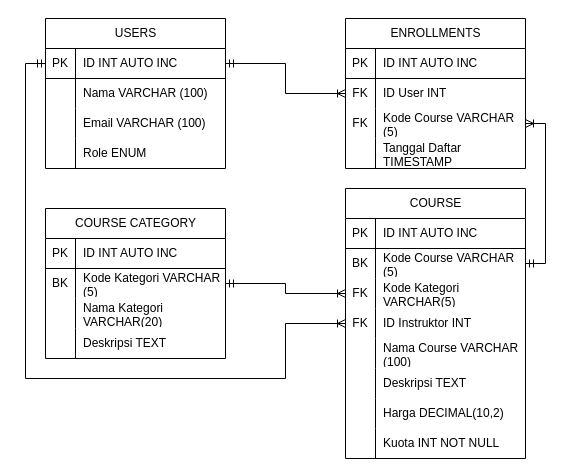
AzerothGT/Assignment-SQL keeps this draw.io diagram as ERD LMS.drawio. Above is the earlier version. Source tidied: cells renumbered, new cells numbered last; positions are measured from the earlier drawing's top-left corner, leaving out a move shared by most shapes. Both pictures are drawn from the tidied source at 100%, with x=0, y=0 at pixel (25, 18).
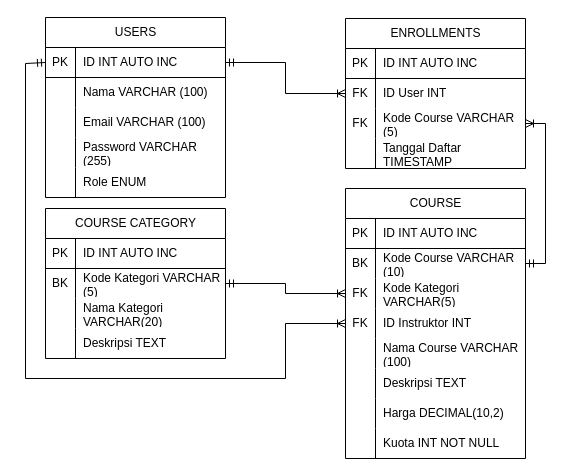
After the change.

The change refers to these unchanged cells:
```xml
<mxCell id="49" style="shape=tableRow;horizontal=0;startSize=0;swimlaneHead=0;swimlaneBody=0;fillColor=none;points=[[0,0.5],[1,0.5]];portConstraint=eastwest;top=0;left=0;right=0;bottom=0;rounded=0;strokeColor=default;align=center;verticalAlign=middle;fontFamily=Helvetica;fontSize=12;fontColor=default;fontStyle=0;" parent="45" vertex="1">
  <mxGeometry y="60" width="180" height="30" as="geometry" />
</mxCell>
```

Change to the diagram source:
```diff
@@
     <mxCell id="2" value="USERS" style="shape=table;startSize=30;childLayout=tableLayout;rowLines=0;fontStyle=0;align=center;html=1;rounded=0;strokeColor=default;verticalAlign=middle;fontFamily=Helvetica;fontSize=12;fontColor=default;horizontal=1;fillColor=none;" parent="1" vertex="1">
-      <mxGeometry x="20" width="180" height="150" as="geometry" />
+      <mxGeometry x="20" y="-1" width="180" height="180" as="geometry" />
     </mxCell>
@@
+    <mxCell id="70" style="shape=tableRow;horizontal=0;startSize=0;swimlaneHead=0;swimlaneBody=0;fillColor=none;top=0;left=0;right=0;bottom=0;rounded=0;strokeColor=default;align=center;verticalAlign=middle;fontFamily=Helvetica;fontSize=12;fontColor=default;fontStyle=0;" parent="2" vertex="1">
+      <mxGeometry y="120" width="180" height="30" as="geometry" />
+    </mxCell>
+    <mxCell id="71" style="shape=partialRectangle;fillColor=none;top=0;left=0;bottom=0;right=0;overflow=hidden;whiteSpace=wrap;html=1;rounded=0;strokeColor=default;align=center;verticalAlign=middle;fontFamily=Helvetica;fontSize=12;fontColor=default;fontStyle=0;horizontal=1;" parent="70" vertex="1">
+      <mxGeometry width="30" height="30" as="geometry" />
+    </mxCell>
+    <mxCell id="72" value="Password VARCHAR (255)" style="shape=partialRectangle;fillColor=none;top=0;left=0;bottom=0;right=0;align=left;spacingLeft=6;overflow=hidden;whiteSpace=wrap;html=1;rounded=0;strokeColor=default;verticalAlign=middle;fontFamily=Helvetica;fontSize=12;fontColor=default;fontStyle=0;horizontal=1;" parent="70" vertex="1">
+      <mxGeometry x="30" width="150" height="30" as="geometry" />
+    </mxCell>
     <mxCell id="12" style="shape=tableRow;horizontal=0;startSize=0;swimlaneHead=0;swimlaneBody=0;fillColor=none;top=0;left=0;right=0;bottom=0;rounded=0;strokeColor=default;align=center;verticalAlign=middle;fontFamily=Helvetica;fontSize=12;fontColor=default;fontStyle=0;" parent="2" vertex="1">
-      <mxGeometry y="120" width="180" height="30" as="geometry" />
+      <mxGeometry y="150" width="180" height="30" as="geometry" />
     </mxCell>
@@
-    <mxCell id="51" value="Kode Course VARCHAR (5)" style="shape=partialRectangle;fillColor=none;top=0;left=0;bottom=0;right=0;align=left;spacingLeft=6;overflow=hidden;whiteSpace=wrap;html=1;rounded=0;strokeColor=default;verticalAlign=middle;fontFamily=Helvetica;fontSize=12;fontColor=default;fontStyle=0;horizontal=1;" parent="49" vertex="1">
+    <mxCell id="51" value="Kode Course VARCHAR (10)" style="shape=partialRectangle;fillColor=none;top=0;left=0;bottom=0;right=0;align=left;spacingLeft=6;overflow=hidden;whiteSpace=wrap;html=1;rounded=0;strokeColor=default;verticalAlign=middle;fontFamily=Helvetica;fontSize=12;fontColor=default;fontStyle=0;horizontal=1;" parent="49" vertex="1">
       <mxGeometry x="30" width="150" height="30" as="geometry" />
     </mxCell>
```
